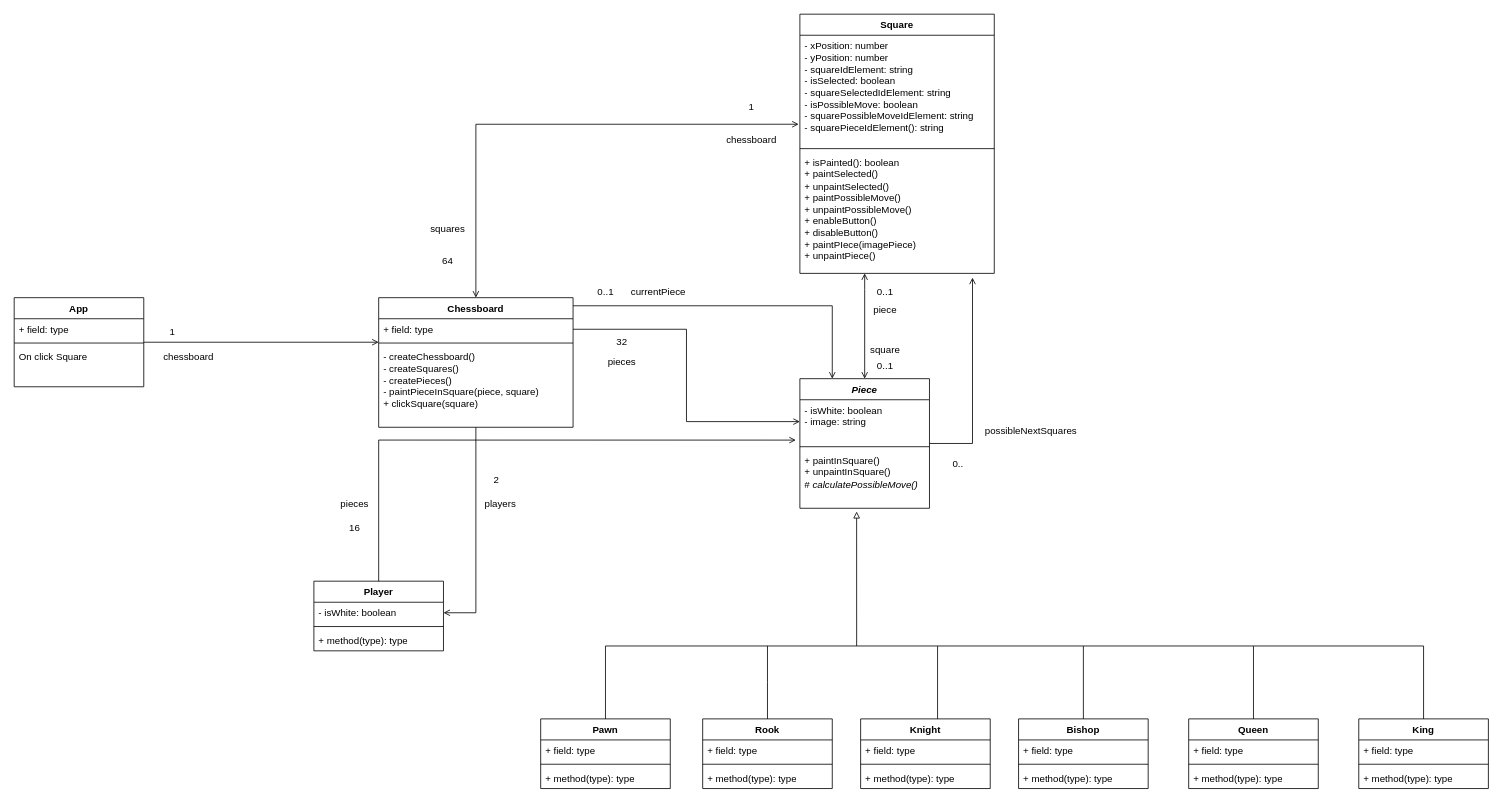
Before: docs/class-diagram.drawio in AitorMelero/chess-game, a draw.io diagram. Source tidied: cells renumbered, new cells numbered last; positions are measured from the earlier drawing's top-left corner, leaving out a move shared by most shapes. Both pictures are drawn from the tidied source at 81%, with x=0, y=0 at pixel (14, 14).
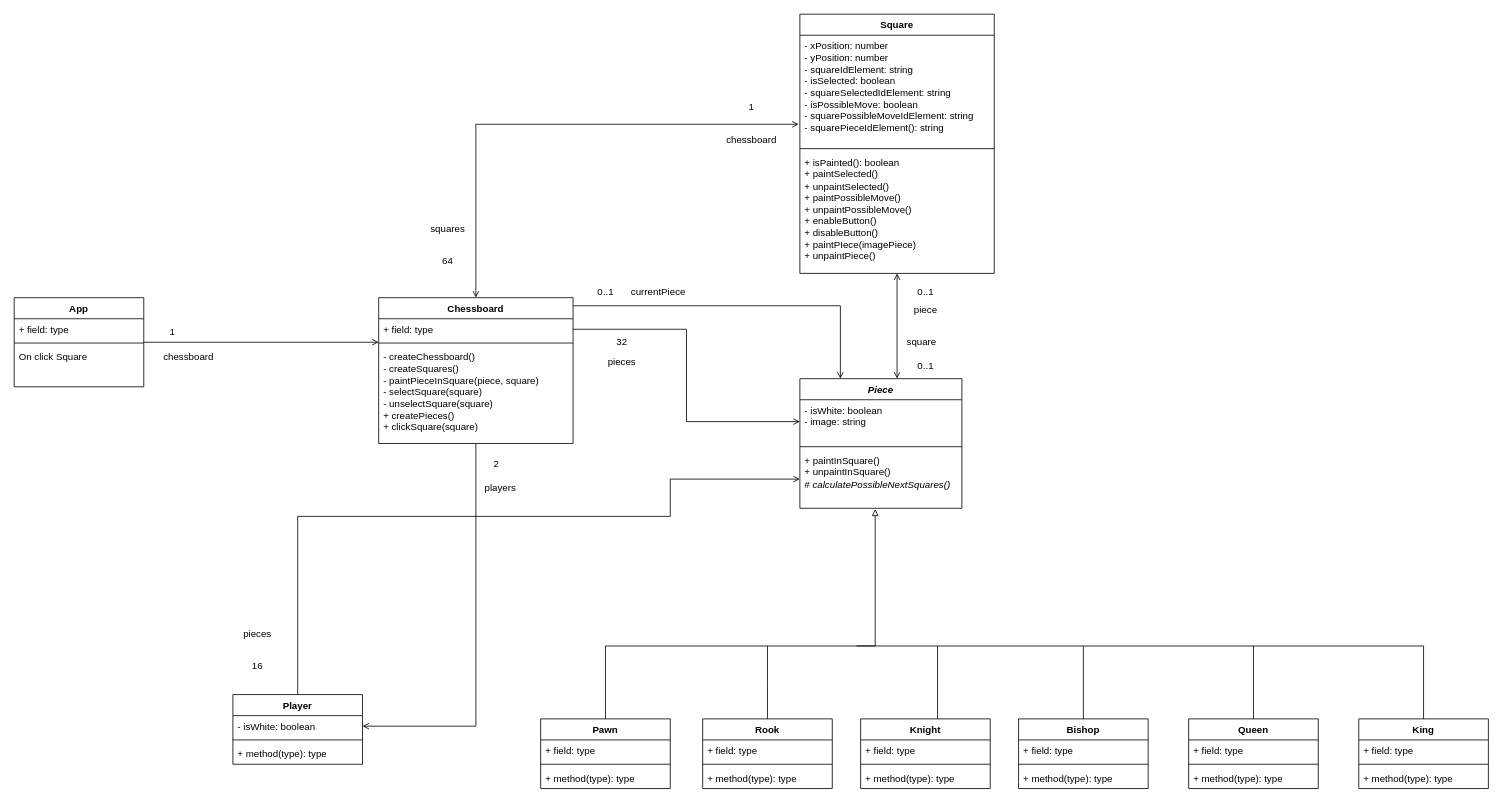
After the change.

Commit message (it also covers changes not shown here):
Doc: Actualizar diagrama de clases

The change refers to these unchanged cells:
```xml
<mxCell id="9" value="Square" style="swimlane;fontStyle=1;align=center;verticalAlign=top;horizontal=1;startSize=26;whiteSpace=wrap;html=1;" parent="1" vertex="1">
  <mxGeometry x="970" width="240" height="320" as="geometry" />
</mxCell>
<mxCell id="12" value="+ isPainted(): boolean&lt;br&gt;+ paintSelected()&lt;br&gt;+ unpaintSelected()&lt;br&gt;+ paintPossibleMove()&lt;br&gt;+ unpaintPossibleMove()&lt;br&gt;+ enableButton()&lt;br&gt;+ disableButton()&lt;br&gt;+ paintPIece(imagePiece)&lt;br&gt;+ unpaintPiece()" style="text;strokeColor=none;fillColor=none;align=left;verticalAlign=top;spacingLeft=4;spacingRight=4;overflow=hidden;points=[[0,0.5],[1,0.5]];portConstraint=eastwest;whiteSpace=wrap;html=1;" parent="9" vertex="1">
  <mxGeometry y="170" width="240" height="150" as="geometry" />
</mxCell>
<mxCell id="38" value="Pawn" style="swimlane;fontStyle=1;align=center;verticalAlign=top;horizontal=1;startSize=26;whiteSpace=wrap;html=1;" parent="1" vertex="1">
  <mxGeometry x="650" y="870" width="160" height="86" as="geometry" />
</mxCell>
```

What changed in the source:
```diff
@@
     <mxCell id="2" style="edgeStyle=orthogonalEdgeStyle;rounded=0;jettySize=auto;html=1;entryX=0.25;entryY=0;entryDx=0;entryDy=0;endArrow=open;endFill=0;" parent="1" edge="1" source="4" target="15">
       <mxGeometry relative="1" as="geometry">
         <Array as="points">
-          <mxPoint x="1010" y="360" />
+          <mxPoint x="1020" y="360" />
         </Array>
       </mxGeometry>
     </mxCell>
@@
     <mxCell id="4" value="Chessboard" style="swimlane;fontStyle=1;align=center;verticalAlign=top;horizontal=1;startSize=26;whiteSpace=wrap;html=1;" parent="1" vertex="1">
-      <mxGeometry x="450" y="350" width="240" height="160" as="geometry" />
+      <mxGeometry x="450" y="350" width="240" height="180" as="geometry" />
     </mxCell>
@@
-    <mxCell id="7" value="- createChessboard()&lt;br&gt;- createSquares()&lt;br&gt;- createPieces()&lt;br&gt;- paintPieceInSquare(piece, square)&lt;br&gt;+ clickSquare(square)" style="text;strokeColor=none;fillColor=none;align=left;verticalAlign=top;spacingLeft=4;spacingRight=4;overflow=hidden;whiteSpace=wrap;html=1;" parent="4" vertex="1">
-      <mxGeometry y="60" width="240" height="100" as="geometry" />
+    <mxCell id="7" value="- createChessboard()&lt;br&gt;- createSquares()&lt;br&gt;- paintPieceInSquare(piece, square)&lt;br&gt;- selectSquare(square)&lt;br&gt;- unselectSquare(square)&lt;br&gt;+ createPieces()&lt;br style=&quot;border-color: var(--border-color);&quot;&gt;+ clickSquare(square)" style="text;strokeColor=none;fillColor=none;align=left;verticalAlign=top;spacingLeft=4;spacingRight=4;overflow=hidden;whiteSpace=wrap;html=1;" parent="4" vertex="1">
+      <mxGeometry y="60" width="240" height="120" as="geometry" />
     </mxCell>
-    <mxCell id="8" style="edgeStyle=orthogonalEdgeStyle;rounded=0;jettySize=auto;html=1;entryX=0.5;entryY=0;entryDx=0;entryDy=0;endArrow=open;endFill=0;startArrow=open;startFill=0;" parent="1" edge="1" source="9" target="15">
-      <mxGeometry relative="1" as="geometry">
-        <Array as="points">
-          <mxPoint x="1050" y="340" />
-          <mxPoint x="1050" y="340" />
-        </Array>
-      </mxGeometry>
+    <mxCell id="8" style="edgeStyle=orthogonalEdgeStyle;rounded=0;jettySize=auto;html=1;endArrow=open;endFill=0;startArrow=open;startFill=0;entryX=0.6;entryY=0;entryDx=0;entryDy=0;entryPerimeter=0;" parent="1" edge="1" source="9" target="15">
+      <mxGeometry relative="1" as="geometry" />
     </mxCell>
@@
     <mxCell id="15" value="&lt;i&gt;Piece&lt;/i&gt;" style="swimlane;fontStyle=1;align=center;verticalAlign=top;horizontal=1;startSize=26;whiteSpace=wrap;html=1;" parent="1" vertex="1">
-      <mxGeometry x="970" y="450" width="160" height="160" as="geometry" />
+      <mxGeometry x="970" y="450" width="200" height="160" as="geometry" />
     </mxCell>
     <mxCell id="16" value="- isWhite: boolean&lt;br&gt;- image: string" style="text;strokeColor=none;fillColor=none;align=left;verticalAlign=top;spacingLeft=4;spacingRight=4;overflow=hidden;points=[[0,0.5],[1,0.5]];portConstraint=eastwest;whiteSpace=wrap;html=1;" parent="15" vertex="1">
-      <mxGeometry y="26" width="160" height="54" as="geometry" />
+      <mxGeometry y="26" width="200" height="54" as="geometry" />
     </mxCell>
     <mxCell id="17" style="line;strokeWidth=1;fillColor=none;align=left;verticalAlign=middle;spacingTop=-1;spacingLeft=3;spacingRight=3;labelPosition=right;strokeColor=inherit;" parent="15" vertex="1">
-      <mxGeometry y="80" width="160" height="8" as="geometry" />
+      <mxGeometry y="80" width="200" height="8" as="geometry" />
     </mxCell>
-    <mxCell id="18" value="+ paintInSquare()&lt;br&gt;+ unpaintInSquare()&lt;br&gt;# &lt;i&gt;calculatePossibleMove()&lt;/i&gt;" style="text;strokeColor=none;fillColor=none;align=left;verticalAlign=top;spacingLeft=4;spacingRight=4;overflow=hidden;points=[[0,0.5],[1,0.5]];portConstraint=eastwest;whiteSpace=wrap;html=1;" parent="15" vertex="1">
-      <mxGeometry y="88" width="160" height="72" as="geometry" />
+    <mxCell id="18" value="+ paintInSquare()&lt;br&gt;+ unpaintInSquare()&lt;br&gt;# &lt;i&gt;calculatePossibleNextSquares()&lt;/i&gt;" style="text;strokeColor=none;fillColor=none;align=left;verticalAlign=top;spacingLeft=4;spacingRight=4;overflow=hidden;points=[[0,0.5],[1,0.5]];portConstraint=eastwest;whiteSpace=wrap;html=1;" parent="15" vertex="1">
+      <mxGeometry y="88" width="200" height="72" as="geometry" />
     </mxCell>
@@
     <mxCell id="21" value="Player" style="swimlane;fontStyle=1;align=center;verticalAlign=top;horizontal=1;startSize=26;whiteSpace=wrap;html=1;" parent="1" vertex="1">
-      <mxGeometry x="370" y="700" width="160" height="86" as="geometry" />
+      <mxGeometry x="270" y="840" width="160" height="86" as="geometry" />
     </mxCell>
@@
     <mxCell id="25" value="2" style="text;html=1;align=center;verticalAlign=middle;strokeColor=none;fillColor=none;" parent="1" vertex="1">
-      <mxGeometry x="580" y="560" width="30" height="30" as="geometry" />
+      <mxGeometry x="580" y="540" width="30" height="30" as="geometry" />
     </mxCell>
-    <mxCell id="26" style="edgeStyle=orthogonalEdgeStyle;rounded=0;jettySize=auto;html=1;entryX=-0.031;entryY=0.923;entryDx=0;entryDy=0;entryPerimeter=0;endArrow=open;endFill=0;" parent="1" edge="1" source="21" target="16">
-      <mxGeometry relative="1" as="geometry" />
+    <mxCell id="26" style="edgeStyle=orthogonalEdgeStyle;rounded=0;jettySize=auto;html=1;endArrow=open;endFill=0;entryX=0;entryY=0.5;entryDx=0;entryDy=0;" parent="1" edge="1" source="21" target="18">
+      <mxGeometry relative="1" as="geometry">
+        <Array as="points">
+          <mxPoint x="350" y="620" />
+          <mxPoint x="810" y="620" />
+          <mxPoint x="810" y="574" />
+        </Array>
+      </mxGeometry>
     </mxCell>
     <mxCell id="27" value="16" style="text;html=1;align=center;verticalAlign=middle;strokeColor=none;fillColor=none;" parent="1" vertex="1">
-      <mxGeometry x="400" y="620" width="40" height="30" as="geometry" />
+      <mxGeometry x="280" y="790" width="40" height="30" as="geometry" />
     </mxCell>
     <mxCell id="28" value="0..1" style="text;html=1;align=center;verticalAlign=middle;strokeColor=none;fillColor=none;" parent="1" vertex="1">
-      <mxGeometry x="1055" y="328" width="40" height="30" as="geometry" />
+      <mxGeometry x="1105" y="328" width="40" height="30" as="geometry" />
     </mxCell>
     <mxCell id="29" value="0..1" style="text;html=1;align=center;verticalAlign=middle;strokeColor=none;fillColor=none;" parent="1" vertex="1">
-      <mxGeometry x="1055" y="420" width="40" height="30" as="geometry" />
+      <mxGeometry x="1105" y="420" width="40" height="30" as="geometry" />
     </mxCell>
@@
-    <mxCell id="42" style="edgeStyle=orthogonalEdgeStyle;rounded=0;jettySize=auto;html=1;endArrow=block;endFill=0;entryX=0.438;entryY=1.056;entryDx=0;entryDy=0;entryPerimeter=0;" parent="1" edge="1" source="38" target="18">
+    <mxCell id="42" style="edgeStyle=orthogonalEdgeStyle;rounded=0;jettySize=auto;html=1;endArrow=block;endFill=0;entryX=0.465;entryY=1.014;entryDx=0;entryDy=0;entryPerimeter=0;" parent="1" edge="1" source="38" target="18">
       <mxGeometry relative="1" as="geometry">
         <Array as="points">
           <mxPoint x="730" y="780" />
-          <mxPoint x="1040" y="780" />
+          <mxPoint x="1063" y="780" />
         </Array>
       </mxGeometry>
     </mxCell>
@@
     <mxCell id="46" value="pieces" style="text;html=1;align=center;verticalAlign=middle;strokeColor=none;fillColor=none;" parent="1" vertex="1">
-      <mxGeometry x="390" y="590" width="60" height="30" as="geometry" />
+      <mxGeometry x="270" y="750" width="60" height="30" as="geometry" />
     </mxCell>
     <mxCell id="47" value="players" style="text;html=1;align=center;verticalAlign=middle;strokeColor=none;fillColor=none;" parent="1" vertex="1">
-      <mxGeometry x="570" y="590" width="60" height="30" as="geometry" />
+      <mxGeometry x="570" y="570" width="60" height="30" as="geometry" />
     </mxCell>
     <mxCell id="48" value="piece" style="text;html=1;align=center;verticalAlign=middle;strokeColor=none;fillColor=none;" parent="1" vertex="1">
-      <mxGeometry x="1050" y="350" width="50" height="30" as="geometry" />
+      <mxGeometry x="1100" y="350" width="50" height="30" as="geometry" />
     </mxCell>
     <mxCell id="49" value="square" style="text;html=1;align=center;verticalAlign=middle;strokeColor=none;fillColor=none;" parent="1" vertex="1">
-      <mxGeometry x="1045" y="400" width="60" height="30" as="geometry" />
+      <mxGeometry x="1090" y="390" width="60" height="30" as="geometry" />
     </mxCell>
-    <mxCell id="50" value="0.." style="text;html=1;align=center;verticalAlign=middle;strokeColor=none;fillColor=none;" parent="1" vertex="1">
-      <mxGeometry x="1145" y="540" width="40" height="30" as="geometry" />
-    </mxCell>
-    <mxCell id="51" value="possibleNextSquares" style="text;html=1;align=center;verticalAlign=middle;strokeColor=none;fillColor=none;" parent="1" vertex="1">
-      <mxGeometry x="1185" y="500" width="140" height="30" as="geometry" />
-    </mxCell>
@@
-    <mxCell id="77" style="edgeStyle=orthogonalEdgeStyle;rounded=0;jettySize=auto;html=1;entryX=0.888;entryY=1.035;entryDx=0;entryDy=0;entryPerimeter=0;endArrow=open;endFill=0;" parent="1" edge="1" source="15" target="12">
-      <mxGeometry relative="1" as="geometry">
-        <Array as="points">
-          <mxPoint x="1183" y="530" />
-        </Array>
-      </mxGeometry>
-    </mxCell>
```
